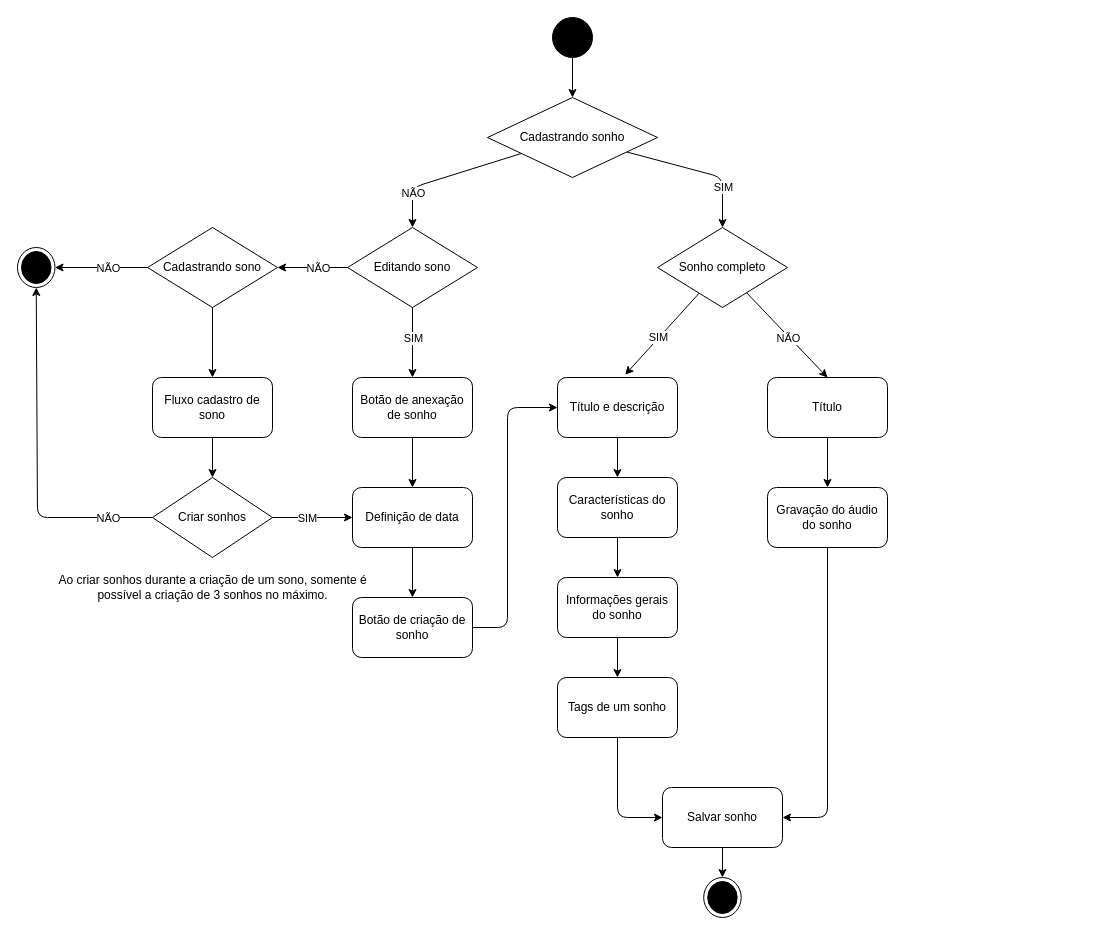
Before: docs/diagramas_atividade/cadastro_de_sonho.drawio in raisson-souza/morfeus-backend, a draw.io diagram. Source tidied: cells renumbered, new cells numbered last; positions are measured from the earlier drawing's top-left corner, leaving out a move shared by most shapes. Both pictures are drawn from the tidied source at 100%, with x=0, y=0 at pixel (17, 17).
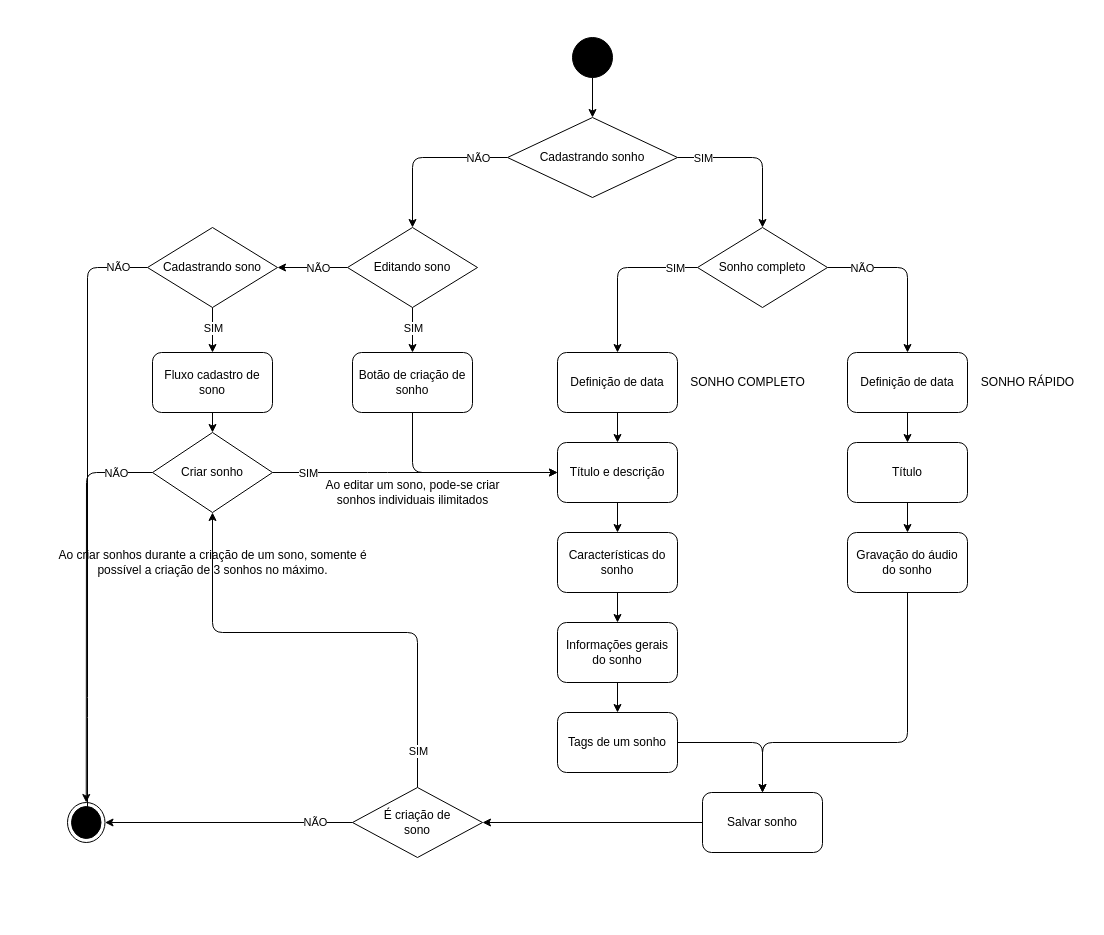
The same page after the edit.

Commit message (it also covers changes not shown here):
- Implementação do cadastro de TAG nos sonhos; - Ajustes nos sonhos completos e incompletos; - Atualização do diagrama de atv de cadastro de sonho.

The change refers to these unchanged cells:
```xml
<mxCell id="26" style="edgeStyle=none;html=1;entryX=0.5;entryY=0;entryDx=0;entryDy=0;" parent="1" edge="1" source="30" target="16">
  <mxGeometry relative="1" as="geometry" />
</mxCell>
<mxCell id="30" value="Editando sono" style="rhombus;whiteSpace=wrap;html=1;" parent="1" vertex="1">
  <mxGeometry x="330" y="210" width="130" height="80" as="geometry" />
</mxCell>
<mxCell id="42" style="edgeStyle=none;html=1;entryX=0.5;entryY=0;entryDx=0;entryDy=0;" parent="1" edge="1" source="43" target="46">
  <mxGeometry relative="1" as="geometry" />
</mxCell>
<mxCell id="43" value="Cadastrando sono" style="rhombus;whiteSpace=wrap;html=1;" parent="1" vertex="1">
  <mxGeometry x="130" y="210" width="130" height="80" as="geometry" />
</mxCell>
```

The edit, as a diff of the source:
```diff
@@
     <mxCell id="3" style="ellipse;fillColor=strokeColor;" parent="1" vertex="1">
-      <mxGeometry x="535" width="40" height="40" as="geometry" />
+      <mxGeometry x="555" y="20" width="40" height="40" as="geometry" />
     </mxCell>
-    <mxCell id="4" style="edgeStyle=none;html=1;entryX=0;entryY=0.5;entryDx=0;entryDy=0;" parent="1" edge="1" source="5" target="7">
-      <mxGeometry relative="1" as="geometry">
-        <Array as="points">
-          <mxPoint x="490" y="610" />
-          <mxPoint x="490" y="390" />
-        </Array>
-      </mxGeometry>
-    </mxCell>
-    <mxCell id="5" value="Botão de criação de sonho" style="rounded=1;whiteSpace=wrap;html=1;" parent="1" vertex="1">
-      <mxGeometry x="335" y="580" width="120" height="60" as="geometry" />
-    </mxCell>
@@
     <mxCell id="7" value="Título e descrição" style="rounded=1;whiteSpace=wrap;html=1;" parent="1" vertex="1">
-      <mxGeometry x="540" y="360" width="120" height="60" as="geometry" />
+      <mxGeometry x="540" y="425" width="120" height="60" as="geometry" />
     </mxCell>
@@
     <mxCell id="9" value="Características do sonho" style="rounded=1;whiteSpace=wrap;html=1;" parent="1" vertex="1">
-      <mxGeometry x="540" y="460" width="120" height="60" as="geometry" />
+      <mxGeometry x="540" y="515" width="120" height="60" as="geometry" />
     </mxCell>
     <mxCell id="10" style="edgeStyle=none;html=1;entryX=0.5;entryY=0;entryDx=0;entryDy=0;" parent="1" edge="1" source="14" target="30">
       <mxGeometry relative="1" as="geometry">
         <Array as="points">
-          <mxPoint x="395" y="170" />
+          <mxPoint x="395" y="140" />
         </Array>
       </mxGeometry>
     </mxCell>
     <mxCell id="11" value="NÃO" style="edgeLabel;html=1;align=center;verticalAlign=middle;" parent="10" vertex="1">
       <mxGeometry x="-0.57" y="2" relative="1" as="geometry">
-        <mxPoint x="-78" y="28" as="offset" />
+        <mxPoint x="5" y="-2" as="offset" />
       </mxGeometry>
     </mxCell>
     <mxCell id="12" style="edgeStyle=none;html=1;entryX=0.5;entryY=0;entryDx=0;entryDy=0;" parent="1" edge="1" source="14" target="35">
       <mxGeometry relative="1" as="geometry">
         <Array as="points">
-          <mxPoint x="705" y="160" />
+          <mxPoint x="745" y="140" />
         </Array>
       </mxGeometry>
     </mxCell>
     <mxCell id="13" value="SIM" style="edgeLabel;html=1;align=center;verticalAlign=middle;" parent="12" vertex="1">
       <mxGeometry x="0.37" y="-1" relative="1" as="geometry">
-        <mxPoint x="1" y="7" as="offset" />
+        <mxPoint x="-59" y="-21" as="offset" />
       </mxGeometry>
     </mxCell>
     <mxCell id="14" value="Cadastrando sonho" style="rhombus;whiteSpace=wrap;html=1;" parent="1" vertex="1">
-      <mxGeometry x="470" y="80" width="170" height="80" as="geometry" />
+      <mxGeometry x="490" y="100" width="170" height="80" as="geometry" />
     </mxCell>
-    <mxCell id="15" style="edgeStyle=none;html=1;entryX=0.5;entryY=0;entryDx=0;entryDy=0;" parent="1" edge="1" source="16" target="25">
-      <mxGeometry relative="1" as="geometry" />
+    <mxCell id="15" style="edgeStyle=none;html=1;entryX=0;entryY=0.5;entryDx=0;entryDy=0;exitX=0.5;exitY=1;exitDx=0;exitDy=0;" parent="1" edge="1" source="16" target="7">
+      <mxGeometry relative="1" as="geometry">
+        <Array as="points">
+          <mxPoint x="395" y="455" />
+          <mxPoint x="500" y="455" />
+        </Array>
+      </mxGeometry>
     </mxCell>
-    <mxCell id="16" value="Botão de anexação de sonho" style="rounded=1;whiteSpace=wrap;html=1;" parent="1" vertex="1">
-      <mxGeometry x="335" y="360" width="120" height="60" as="geometry" />
+    <mxCell id="16" value="Botão de criação de sonho" style="rounded=1;whiteSpace=wrap;html=1;" parent="1" vertex="1">
+      <mxGeometry x="335" y="335" width="120" height="60" as="geometry" />
     </mxCell>
-    <mxCell id="17" style="edgeStyle=none;html=1;entryX=0;entryY=0.5;entryDx=0;entryDy=0;" parent="1" edge="1" source="18" target="22">
+    <mxCell id="17" style="edgeStyle=none;html=1;entryX=0.5;entryY=0;entryDx=0;entryDy=0;" parent="1" edge="1" source="18" target="22">
       <mxGeometry relative="1" as="geometry">
         <Array as="points">
-          <mxPoint x="600" y="800" />
+          <mxPoint x="745" y="725" />
         </Array>
       </mxGeometry>
     </mxCell>
     <mxCell id="18" value="Tags de um sonho" style="rounded=1;whiteSpace=wrap;html=1;" parent="1" vertex="1">
-      <mxGeometry x="540" y="660" width="120" height="60" as="geometry" />
+      <mxGeometry x="540" y="695" width="120" height="60" as="geometry" />
     </mxCell>
@@
     <mxCell id="20" value="Informações gerais do sonho" style="rounded=1;whiteSpace=wrap;html=1;" parent="1" vertex="1">
-      <mxGeometry x="540" y="560" width="120" height="60" as="geometry" />
+      <mxGeometry x="540" y="605" width="120" height="60" as="geometry" />
     </mxCell>
-    <mxCell id="21" style="edgeStyle=none;html=1;" parent="1" edge="1" source="22" target="23">
-      <mxGeometry relative="1" as="geometry" />
-    </mxCell>
+    <mxCell id="53" style="edgeStyle=none;html=1;entryX=1;entryY=0.5;entryDx=0;entryDy=0;" parent="1" edge="1" source="22" target="66">
+      <mxGeometry relative="1" as="geometry" />
+    </mxCell>
     <mxCell id="22" value="Salvar sonho" style="rounded=1;whiteSpace=wrap;html=1;" parent="1" vertex="1">
-      <mxGeometry x="645" y="770" width="120" height="60" as="geometry" />
+      <mxGeometry x="685" y="775" width="120" height="60" as="geometry" />
     </mxCell>
     <mxCell id="23" style="ellipse;html=1;shape=endState;fillColor=strokeColor;" parent="1" vertex="1">
-      <mxGeometry x="686.2" y="860" width="37.5" height="40" as="geometry" />
+      <mxGeometry x="50" y="785" width="37.5" height="40" as="geometry" />
     </mxCell>
-    <mxCell id="24" style="edgeStyle=none;html=1;entryX=0.5;entryY=0;entryDx=0;entryDy=0;" parent="1" edge="1" source="25" target="5">
-      <mxGeometry relative="1" as="geometry" />
-    </mxCell>
-    <mxCell id="25" value="Definição de data" style="rounded=1;whiteSpace=wrap;html=1;" parent="1" vertex="1">
-      <mxGeometry x="335" y="470" width="120" height="60" as="geometry" />
-    </mxCell>
@@
     <mxCell id="27" value="SIM" style="edgeLabel;html=1;align=center;verticalAlign=middle;" parent="26" vertex="1">
       <mxGeometry x="-0.43" y="1" relative="1" as="geometry">
-        <mxPoint x="-1" y="10" as="offset" />
+        <mxPoint x="-1" y="7" as="offset" />
       </mxGeometry>
     </mxCell>
@@
-    <mxCell id="31" style="edgeStyle=none;html=1;entryX=0.5;entryY=0;entryDx=0;entryDy=0;" parent="1" edge="1" source="35" target="37">
-      <mxGeometry relative="1" as="geometry" />
+    <mxCell id="31" style="edgeStyle=none;html=1;entryX=0.5;entryY=0;entryDx=0;entryDy=0;" parent="1" edge="1" source="35" target="60">
+      <mxGeometry relative="1" as="geometry">
+        <Array as="points">
+          <mxPoint x="890" y="250" />
+        </Array>
+      </mxGeometry>
     </mxCell>
     <mxCell id="32" value="NÃO" style="edgeLabel;html=1;align=center;verticalAlign=middle;" parent="31" vertex="1">
       <mxGeometry x="-0.51" y="-1" relative="1" as="geometry">
-        <mxPoint x="22" y="24" as="offset" />
+        <mxPoint x="-6" y="-1" as="offset" />
       </mxGeometry>
     </mxCell>
-    <mxCell id="33" style="edgeStyle=none;html=1;entryX=0.564;entryY=-0.046;entryDx=0;entryDy=0;entryPerimeter=0;" parent="1" edge="1" source="35" target="7">
-      <mxGeometry relative="1" as="geometry" />
+    <mxCell id="33" style="edgeStyle=none;html=1;entryX=0.5;entryY=0;entryDx=0;entryDy=0;" parent="1" edge="1" source="35" target="58">
+      <mxGeometry relative="1" as="geometry">
+        <Array as="points">
+          <mxPoint x="600" y="250" />
+        </Array>
+      </mxGeometry>
     </mxCell>
     <mxCell id="34" value="SIM" style="edgeLabel;html=1;align=center;verticalAlign=middle;" parent="33" vertex="1">
       <mxGeometry x="-0.45" y="-1" relative="1" as="geometry">
-        <mxPoint x="-20" y="22" as="offset" />
+        <mxPoint x="22" y="1" as="offset" />
       </mxGeometry>
     </mxCell>
     <mxCell id="35" value="Sonho completo" style="rhombus;whiteSpace=wrap;html=1;" parent="1" vertex="1">
-      <mxGeometry x="640" y="210" width="130" height="80" as="geometry" />
+      <mxGeometry x="680" y="210" width="130" height="80" as="geometry" />
     </mxCell>
@@
     <mxCell id="37" value="Título" style="rounded=1;whiteSpace=wrap;html=1;" parent="1" vertex="1">
-      <mxGeometry x="750" y="360" width="120" height="60" as="geometry" />
+      <mxGeometry x="830" y="425" width="120" height="60" as="geometry" />
     </mxCell>
-    <mxCell id="38" style="edgeStyle=none;html=1;entryX=1;entryY=0.5;entryDx=0;entryDy=0;" parent="1" edge="1" source="39" target="22">
+    <mxCell id="38" style="edgeStyle=none;html=1;entryX=0.5;entryY=0;entryDx=0;entryDy=0;" parent="1" edge="1" source="39" target="22">
       <mxGeometry relative="1" as="geometry">
         <Array as="points">
-          <mxPoint x="810" y="800" />
+          <mxPoint x="890" y="725" />
+          <mxPoint x="745" y="725" />
         </Array>
       </mxGeometry>
     </mxCell>
     <mxCell id="39" value="Gravação do áudio do sonho" style="rounded=1;whiteSpace=wrap;html=1;" parent="1" vertex="1">
-      <mxGeometry x="750" y="470" width="120" height="60" as="geometry" />
+      <mxGeometry x="830" y="515" width="120" height="60" as="geometry" />
     </mxCell>
-    <mxCell id="40" style="edgeStyle=none;html=1;entryX=1;entryY=0.5;entryDx=0;entryDy=0;" parent="1" edge="1" source="43" target="44">
-      <mxGeometry relative="1" as="geometry" />
+    <mxCell id="40" style="edgeStyle=none;html=1;" parent="1" edge="1" source="43">
+      <mxGeometry relative="1" as="geometry">
+        <mxPoint x="70" y="810" as="targetPoint" />
+        <Array as="points">
+          <mxPoint x="70" y="250" />
+          <mxPoint x="70" y="690" />
+        </Array>
+      </mxGeometry>
     </mxCell>
     <mxCell id="41" value="NÃO" style="edgeLabel;html=1;align=center;verticalAlign=middle;" parent="40" vertex="1">
       <mxGeometry x="-0.44" y="1" relative="1" as="geometry">
-        <mxPoint x="-14" y="-1" as="offset" />
+        <mxPoint x="29" y="-115" as="offset" />
       </mxGeometry>
     </mxCell>
@@
+    <mxCell id="54" value="SIM" style="edgeLabel;html=1;align=center;verticalAlign=middle;" parent="42" vertex="1">
+      <mxGeometry x="-0.42" y="-4" relative="1" as="geometry">
+        <mxPoint x="4" y="7" as="offset" />
+      </mxGeometry>
+    </mxCell>
@@
-    <mxCell id="44" style="ellipse;html=1;shape=endState;fillColor=strokeColor;" parent="1" vertex="1">
-      <mxGeometry y="230" width="37.5" height="40" as="geometry" />
-    </mxCell>
@@
     <mxCell id="46" value="Fluxo cadastro de sono" style="rounded=1;whiteSpace=wrap;html=1;" parent="1" vertex="1">
-      <mxGeometry x="135" y="360" width="120" height="60" as="geometry" />
+      <mxGeometry x="135" y="335" width="120" height="60" as="geometry" />
     </mxCell>
-    <mxCell id="47" style="edgeStyle=none;html=1;entryX=0.5;entryY=1;entryDx=0;entryDy=0;" parent="1" edge="1" source="51" target="44">
+    <mxCell id="47" style="edgeStyle=none;html=1;entryX=0.5;entryY=0;entryDx=0;entryDy=0;" parent="1" edge="1" source="51" target="23">
       <mxGeometry relative="1" as="geometry">
         <Array as="points">
-          <mxPoint x="20" y="500" />
+          <mxPoint x="69" y="455" />
         </Array>
       </mxGeometry>
     </mxCell>
     <mxCell id="48" value="NÃO" style="edgeLabel;html=1;align=center;verticalAlign=middle;" parent="47" vertex="1">
       <mxGeometry x="-0.85" y="-2" relative="1" as="geometry">
-        <mxPoint x="-19" y="2" as="offset" />
+        <mxPoint x="-7" y="2" as="offset" />
       </mxGeometry>
     </mxCell>
-    <mxCell id="49" style="edgeStyle=none;html=1;entryX=0;entryY=0.5;entryDx=0;entryDy=0;" parent="1" edge="1" source="51" target="25">
-      <mxGeometry relative="1" as="geometry" />
+    <mxCell id="49" style="edgeStyle=none;html=1;entryX=0;entryY=0.5;entryDx=0;entryDy=0;" parent="1" edge="1" source="51" target="7">
+      <mxGeometry relative="1" as="geometry">
+        <Array as="points">
+          <mxPoint x="360" y="455" />
+        </Array>
+      </mxGeometry>
     </mxCell>
     <mxCell id="50" value="SIM" style="edgeLabel;html=1;align=center;verticalAlign=middle;" parent="49" vertex="1">
       <mxGeometry x="-0.44" y="1" relative="1" as="geometry">
-        <mxPoint x="12" y="1" as="offset" />
+        <mxPoint x="-45" y="1" as="offset" />
       </mxGeometry>
     </mxCell>
-    <mxCell id="51" value="Criar sonhos" style="rhombus;whiteSpace=wrap;html=1;" parent="1" vertex="1">
-      <mxGeometry x="135" y="460" width="120" height="80" as="geometry" />
+    <mxCell id="51" value="Criar sonho" style="rhombus;whiteSpace=wrap;html=1;" parent="1" vertex="1">
+      <mxGeometry x="135" y="415" width="120" height="80" as="geometry" />
     </mxCell>
     <mxCell id="52" value="Ao criar sonhos durante a criação de um sono, somente é&lt;br&gt;possível a criação de 3 sonhos no máximo." style="text;html=1;align=center;verticalAlign=middle;strokeColor=none;fillColor=none;" parent="1" vertex="1">
-      <mxGeometry x="30" y="550" width="330" height="40" as="geometry" />
+      <mxGeometry x="30" y="525" width="330" height="40" as="geometry" />
     </mxCell>
+    <mxCell id="55" value="SONHO RÁPIDO" style="text;html=1;align=center;verticalAlign=middle;strokeColor=none;fillColor=none;" parent="1" vertex="1">
+      <mxGeometry x="950" y="350" width="120" height="30" as="geometry" />
+    </mxCell>
+    <mxCell id="56" value="SONHO COMPLETO" style="text;html=1;align=center;verticalAlign=middle;strokeColor=none;fillColor=none;" parent="1" vertex="1">
+      <mxGeometry x="660" y="350" width="140" height="30" as="geometry" />
+    </mxCell>
+    <mxCell id="57" style="edgeStyle=none;html=1;entryX=0.5;entryY=0;entryDx=0;entryDy=0;" parent="1" edge="1" source="58" target="7">
+      <mxGeometry relative="1" as="geometry" />
+    </mxCell>
+    <mxCell id="58" value="Definição de data" style="rounded=1;whiteSpace=wrap;html=1;" parent="1" vertex="1">
+      <mxGeometry x="540" y="335" width="120" height="60" as="geometry" />
+    </mxCell>
+    <mxCell id="59" style="edgeStyle=none;html=1;entryX=0.5;entryY=0;entryDx=0;entryDy=0;" parent="1" edge="1" source="60" target="37">
+      <mxGeometry relative="1" as="geometry" />
+    </mxCell>
+    <mxCell id="60" value="Definição de data" style="rounded=1;whiteSpace=wrap;html=1;" parent="1" vertex="1">
+      <mxGeometry x="830" y="335" width="120" height="60" as="geometry" />
+    </mxCell>
+    <mxCell id="61" value="Ao editar um sono, pode-se criar&lt;br&gt;sonhos individuais ilimitados" style="text;html=1;align=center;verticalAlign=middle;strokeColor=none;fillColor=none;" parent="1" vertex="1">
+      <mxGeometry x="295" y="455" width="200" height="40" as="geometry" />
+    </mxCell>
+    <mxCell id="62" style="edgeStyle=none;html=1;entryX=0.5;entryY=1;entryDx=0;entryDy=0;" parent="1" edge="1" source="66" target="51">
+      <mxGeometry relative="1" as="geometry">
+        <Array as="points">
+          <mxPoint x="400" y="615" />
+          <mxPoint x="195" y="615" />
+        </Array>
+      </mxGeometry>
+    </mxCell>
+    <mxCell id="63" value="SIM" style="edgeLabel;html=1;align=center;verticalAlign=middle;" parent="62" vertex="1">
+      <mxGeometry x="-0.89" y="-1" relative="1" as="geometry">
+        <mxPoint x="-1" y="-11" as="offset" />
+      </mxGeometry>
+    </mxCell>
+    <mxCell id="64" style="edgeStyle=none;html=1;entryX=1;entryY=0.5;entryDx=0;entryDy=0;" parent="1" edge="1" source="66" target="23">
+      <mxGeometry relative="1" as="geometry" />
+    </mxCell>
+    <mxCell id="65" value="NÃO" style="edgeLabel;html=1;align=center;verticalAlign=middle;" parent="64" vertex="1">
+      <mxGeometry x="-0.69" y="-1" relative="1" as="geometry" />
+    </mxCell>
+    <mxCell id="66" value="É criação de&lt;br&gt;sono" style="rhombus;whiteSpace=wrap;html=1;" parent="1" vertex="1">
+      <mxGeometry x="335" y="770" width="130" height="70" as="geometry" />
+    </mxCell>
```
